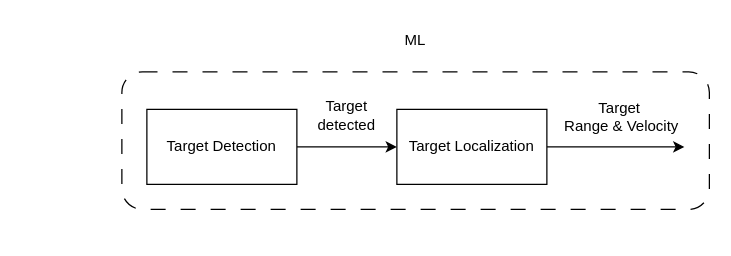
Above: figures/systemDesign/overview/systemOverviewMLBlock.drawio in Mikkelnn/ESD7-Project (draw.io), before the change. Source tidied: cells renumbered, new cells numbered last; positions are measured from the earlier drawing's top-left corner, leaving out a move shared by most shapes. Both pictures are drawn from the tidied source at 125%, with x=0, y=0 at pixel (121, 21).
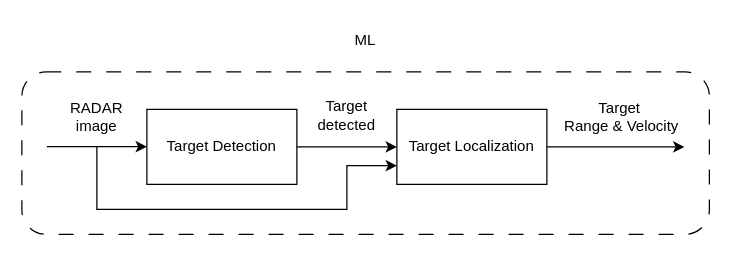
Above is the later version.

Diff of the diagram source:
```diff
@@
 <mxGraphModel>
   <root>
     <mxCell id="0" />
     <mxCell id="1" parent="0" />
     <mxCell id="2" style="edgeStyle=orthogonalEdgeStyle;rounded=0;jettySize=auto;html=1;fontFamily=Project Font;" parent="1" edge="1" source="3" target="5">
       <mxGeometry relative="1" as="geometry" />
     </mxCell>
     <mxCell id="3" value="Target Detection" style="rounded=0;whiteSpace=wrap;html=1;fontFamily=Project Font;" parent="1" vertex="1">
       <mxGeometry x="20" y="70" width="120" height="60" as="geometry" />
     </mxCell>
     <mxCell id="4" style="edgeStyle=orthogonalEdgeStyle;rounded=0;jettySize=auto;html=1;fontFamily=Project Font;" parent="1" edge="1" source="5">
       <mxGeometry relative="1" as="geometry">
         <mxPoint x="450" y="100" as="targetPoint" />
       </mxGeometry>
     </mxCell>
     <mxCell id="5" value="Target Localization" style="rounded=0;whiteSpace=wrap;html=1;fontFamily=Project Font;" parent="1" vertex="1">
       <mxGeometry x="220" y="70" width="120" height="60" as="geometry" />
     </mxCell>
     <mxCell id="6" value="Target detected" style="text;html=1;whiteSpace=wrap;strokeColor=none;fillColor=none;align=center;verticalAlign=middle;rounded=0;fontFamily=Project Font;" parent="1" vertex="1">
       <mxGeometry x="150" y="60" width="60" height="30" as="geometry" />
     </mxCell>
     <mxCell id="7" value="&lt;div&gt;Target&amp;nbsp;&lt;/div&gt;&lt;div&gt;Range &amp;amp; Velocity&lt;/div&gt;" style="text;html=1;whiteSpace=wrap;strokeColor=none;fillColor=none;align=center;verticalAlign=middle;rounded=0;fontFamily=Project Font;" parent="1" vertex="1">
       <mxGeometry x="350" y="61" width="100" height="30" as="geometry" />
     </mxCell>
     <mxCell id="8" style="rounded=1;whiteSpace=wrap;html=1;fillColor=none;dashed=1;dashPattern=12 12;fontFamily=Project Font;" parent="1" vertex="1">
-      <mxGeometry y="40" width="470" height="110" as="geometry" />
+      <mxGeometry x="-80" y="40" width="550" height="130" as="geometry" />
     </mxCell>
     <mxCell id="9" value="ML" style="text;html=1;whiteSpace=wrap;strokeColor=none;fillColor=none;align=center;verticalAlign=middle;rounded=0;fontFamily=Project Font;" parent="1" vertex="1">
-      <mxGeometry x="205" width="60" height="30" as="geometry" />
+      <mxGeometry x="165" width="60" height="30" as="geometry" />
     </mxCell>
+    <mxCell id="10" style="edgeStyle=orthogonalEdgeStyle;rounded=0;orthogonalLoop=1;jettySize=auto;html=1;fontFamily=Project Font;" parent="1" edge="1">
+      <mxGeometry relative="1" as="geometry">
+        <mxPoint x="-60" y="99.8" as="sourcePoint" />
+        <mxPoint x="20" y="99.8" as="targetPoint" />
+      </mxGeometry>
+    </mxCell>
+    <mxCell id="11" value="RADAR image" style="text;html=1;whiteSpace=wrap;strokeColor=none;fillColor=none;align=center;verticalAlign=middle;rounded=0;" parent="1" vertex="1">
+      <mxGeometry x="-50" y="61" width="60" height="30" as="geometry" />
+    </mxCell>
+    <mxCell id="12" style="edgeStyle=orthogonalEdgeStyle;rounded=0;jettySize=auto;html=1;fontFamily=Project Font;entryX=0;entryY=0.75;entryDx=0;entryDy=0;" parent="1" edge="1" target="5">
+      <mxGeometry relative="1" as="geometry">
+        <mxPoint x="-20" y="99.8" as="sourcePoint" />
+        <Array as="points">
+          <mxPoint x="-20" y="150" />
+          <mxPoint x="180" y="150" />
+          <mxPoint x="180" y="115" />
+        </Array>
+      </mxGeometry>
+    </mxCell>
   </root>
 </mxGraphModel>
```
